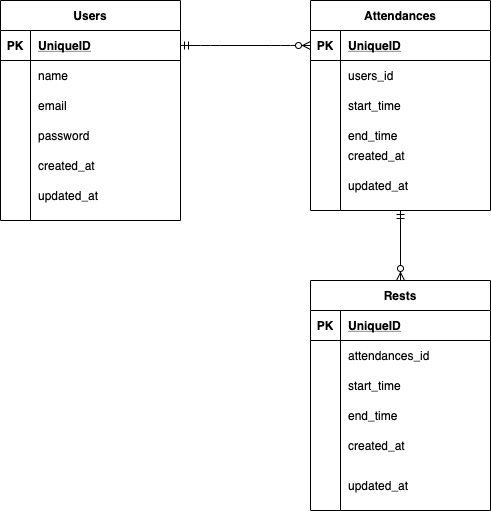
The draw.io diagram ER.drawio.png in makoto-0358/20210918_Advance_Atte, before a commit. Source tidied: cells renumbered, new cells last; positions are measured from the earlier drawing's top-left corner, leaving out a move shared by most shapes.
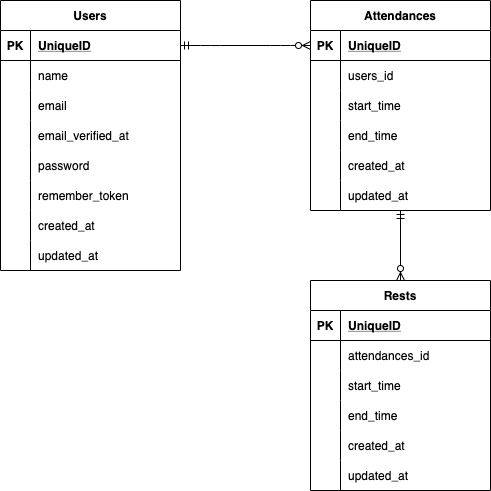
The same file after the commit.

Change to the diagram source:
```diff
@@ -3,7 +3,7 @@
     <mxCell id="0" />
     <mxCell id="1" parent="0" />
     <mxCell id="2" value="Users" style="shape=table;startSize=30;rowLines=0;fontStyle=1;align=center;" parent="1" vertex="1">
-      <mxGeometry width="180" height="220" as="geometry" />
+      <mxGeometry width="180" height="270" as="geometry" />
     </mxCell>
     <mxCell id="3" style="shape=partialRectangle;fillColor=none;top=0;left=0;bottom=1;right=0;points=[[0,0.5],[1,0.5]];portConstraint=eastwest;" parent="2" vertex="1">
       <mxGeometry y="30" width="180" height="30" as="geometry" />
@@ -38,9 +38,45 @@
     <mxCell id="13" style="shape=partialRectangle;fillColor=none;top=0;left=0;bottom=0;right=0;overflow=hidden;" parent="12" vertex="1">
       <mxGeometry width="30" height="30" as="geometry" />
     </mxCell>
-    <mxCell id="14" value="password" style="shape=partialRectangle;fillColor=none;top=0;left=0;bottom=0;right=0;align=left;spacingLeft=6;overflow=hidden;" parent="12" vertex="1">
+    <mxCell id="14" value="email_verified_at" style="shape=partialRectangle;fillColor=none;top=0;left=0;bottom=0;right=0;align=left;spacingLeft=6;overflow=hidden;" parent="12" vertex="1">
       <mxGeometry x="30" width="150" height="30" as="geometry" />
     </mxCell>
+    <mxCell id="59" style="shape=partialRectangle;fillColor=none;top=0;left=0;bottom=0;right=0;" parent="2" vertex="1">
+      <mxGeometry y="150" width="180" height="30" as="geometry" />
+    </mxCell>
+    <mxCell id="60" style="shape=partialRectangle;fillColor=none;top=0;left=0;bottom=0;right=0;overflow=hidden;" parent="59" vertex="1">
+      <mxGeometry width="30" height="30" as="geometry" />
+    </mxCell>
+    <mxCell id="61" value="password" style="shape=partialRectangle;fillColor=none;top=0;left=0;bottom=0;right=0;align=left;spacingLeft=6;overflow=hidden;" parent="59" vertex="1">
+      <mxGeometry x="30" width="150" height="30" as="geometry" />
+    </mxCell>
+    <mxCell id="62" style="shape=partialRectangle;fillColor=none;top=0;left=0;bottom=0;right=0;" parent="2" vertex="1">
+      <mxGeometry y="180" width="180" height="30" as="geometry" />
+    </mxCell>
+    <mxCell id="63" style="shape=partialRectangle;fillColor=none;top=0;left=0;bottom=0;right=0;overflow=hidden;" parent="62" vertex="1">
+      <mxGeometry width="30" height="30" as="geometry" />
+    </mxCell>
+    <mxCell id="64" value="remember_token" style="shape=partialRectangle;fillColor=none;top=0;left=0;bottom=0;right=0;align=left;spacingLeft=6;overflow=hidden;" parent="62" vertex="1">
+      <mxGeometry x="30" width="150" height="30" as="geometry" />
+    </mxCell>
+    <mxCell id="65" style="shape=partialRectangle;fillColor=none;top=0;left=0;bottom=0;right=0;" parent="2" vertex="1">
+      <mxGeometry y="210" width="180" height="30" as="geometry" />
+    </mxCell>
+    <mxCell id="66" style="shape=partialRectangle;fillColor=none;top=0;left=0;bottom=0;right=0;overflow=hidden;" parent="65" vertex="1">
+      <mxGeometry width="30" height="30" as="geometry" />
+    </mxCell>
+    <mxCell id="67" value="created_at" style="shape=partialRectangle;fillColor=none;top=0;left=0;bottom=0;right=0;align=left;spacingLeft=6;overflow=hidden;" parent="65" vertex="1">
+      <mxGeometry x="30" width="150" height="30" as="geometry" />
+    </mxCell>
+    <mxCell id="68" style="shape=partialRectangle;fillColor=none;top=0;left=0;bottom=0;right=0;" parent="2" vertex="1">
+      <mxGeometry y="240" width="180" height="30" as="geometry" />
+    </mxCell>
+    <mxCell id="69" style="shape=partialRectangle;fillColor=none;top=0;left=0;bottom=0;right=0;overflow=hidden;" parent="68" vertex="1">
+      <mxGeometry width="30" height="30" as="geometry" />
+    </mxCell>
+    <mxCell id="70" value="updated_at" style="shape=partialRectangle;fillColor=none;top=0;left=0;bottom=0;right=0;align=left;spacingLeft=6;overflow=hidden;" parent="68" vertex="1">
+      <mxGeometry x="30" width="150" height="30" as="geometry" />
+    </mxCell>
     <mxCell id="15" value="Attendances" style="shape=table;startSize=30;rowLines=0;fontStyle=1;align=center;" parent="1" vertex="1">
       <mxGeometry x="310" width="180" height="210" as="geometry" />
     </mxCell>
@@ -71,14 +107,38 @@
     <mxCell id="24" value="start_time" style="shape=partialRectangle;fillColor=none;top=0;left=0;bottom=0;right=0;align=left;spacingLeft=6;overflow=hidden;" parent="22" vertex="1">
       <mxGeometry x="30" width="150" height="30" as="geometry" />
     </mxCell>
+    <mxCell id="71" style="shape=partialRectangle;fillColor=none;top=0;left=0;bottom=0;right=0;" parent="15" vertex="1">
+      <mxGeometry y="120" width="180" height="30" as="geometry" />
+    </mxCell>
+    <mxCell id="72" style="shape=partialRectangle;fillColor=none;top=0;left=0;bottom=0;right=0;overflow=hidden;" parent="71" vertex="1">
+      <mxGeometry width="30" height="30" as="geometry" />
+    </mxCell>
-    <mxCell id="25" value="end_time" style="shape=partialRectangle;fillColor=none;top=0;left=0;bottom=0;right=0;align=left;spacingLeft=6;overflow=hidden;" parent="1" vertex="1">
-      <mxGeometry x="340" y="120" width="150" height="30" as="geometry" />
+    <mxCell id="25" value="end_time" style="shape=partialRectangle;fillColor=none;top=0;left=0;bottom=0;right=0;align=left;spacingLeft=6;overflow=hidden;" parent="71" vertex="1">
+      <mxGeometry x="30" width="150" height="30" as="geometry" />
     </mxCell>
+    <mxCell id="73" style="shape=partialRectangle;fillColor=none;top=0;left=0;bottom=0;right=0;" parent="15" vertex="1">
+      <mxGeometry y="150" width="180" height="30" as="geometry" />
+    </mxCell>
+    <mxCell id="74" style="shape=partialRectangle;fillColor=none;top=0;left=0;bottom=0;right=0;overflow=hidden;" parent="73" vertex="1">
+      <mxGeometry width="30" height="30" as="geometry" />
+    </mxCell>
+    <mxCell id="75" value="created_at" style="shape=partialRectangle;fillColor=none;top=0;left=0;bottom=0;right=0;align=left;spacingLeft=6;overflow=hidden;" parent="73" vertex="1">
+      <mxGeometry x="30" width="150" height="30" as="geometry" />
+    </mxCell>
+    <mxCell id="76" style="shape=partialRectangle;fillColor=none;top=0;left=0;bottom=0;right=0;" parent="15" vertex="1">
+      <mxGeometry y="180" width="180" height="30" as="geometry" />
+    </mxCell>
+    <mxCell id="77" style="shape=partialRectangle;fillColor=none;top=0;left=0;bottom=0;right=0;overflow=hidden;" parent="76" vertex="1">
+      <mxGeometry width="30" height="30" as="geometry" />
+    </mxCell>
+    <mxCell id="78" value="updated_at" style="shape=partialRectangle;fillColor=none;top=0;left=0;bottom=0;right=0;align=left;spacingLeft=6;overflow=hidden;" parent="76" vertex="1">
+      <mxGeometry x="30" width="150" height="30" as="geometry" />
+    </mxCell>
     <mxCell id="26" style="edgeStyle=entityRelationEdgeStyle;fontSize=12;html=1;endArrow=ERzeroToMany;startArrow=ERmandOne;entryX=0;entryY=0.5;entryDx=0;entryDy=0;exitX=1;exitY=0.5;exitDx=0;exitDy=0;startFill=0;endFill=1;" parent="1" edge="1" source="3" target="16">
       <mxGeometry relative="1" as="geometry" />
     </mxCell>
     <mxCell id="27" value="Rests" style="shape=table;startSize=30;rowLines=0;fontStyle=1;align=center;" parent="1" vertex="1">
-      <mxGeometry x="310" y="280" width="180" height="230" as="geometry" />
+      <mxGeometry x="310" y="280" width="180" height="210" as="geometry" />
     </mxCell>
     <mxCell id="28" style="shape=partialRectangle;fillColor=none;top=0;left=0;bottom=1;right=0;" parent="27" vertex="1">
       <mxGeometry y="30" width="180" height="30" as="geometry" />
@@ -116,62 +176,26 @@
     <mxCell id="39" value="end_time" style="shape=partialRectangle;fillColor=none;top=0;left=0;bottom=0;right=0;align=left;spacingLeft=6;overflow=hidden;" parent="37" vertex="1">
       <mxGeometry x="30" width="150" height="30" as="geometry" />
     </mxCell>
+    <mxCell id="79" style="shape=partialRectangle;fillColor=none;top=0;left=0;bottom=0;right=0;" parent="27" vertex="1">
+      <mxGeometry y="150" width="180" height="30" as="geometry" />
+    </mxCell>
+    <mxCell id="80" style="shape=partialRectangle;fillColor=none;top=0;left=0;bottom=0;right=0;overflow=hidden;" parent="79" vertex="1">
+      <mxGeometry width="30" height="30" as="geometry" />
+    </mxCell>
+    <mxCell id="81" value="created_at" style="shape=partialRectangle;fillColor=none;top=0;left=0;bottom=0;right=0;align=left;spacingLeft=6;overflow=hidden;" parent="79" vertex="1">
+      <mxGeometry x="30" width="150" height="30" as="geometry" />
+    </mxCell>
+    <mxCell id="82" style="shape=partialRectangle;fillColor=none;top=0;left=0;bottom=0;right=0;" parent="27" vertex="1">
+      <mxGeometry y="180" width="180" height="30" as="geometry" />
+    </mxCell>
+    <mxCell id="83" style="shape=partialRectangle;fillColor=none;top=0;left=0;bottom=0;right=0;overflow=hidden;" parent="82" vertex="1">
+      <mxGeometry width="30" height="30" as="geometry" />
+    </mxCell>
+    <mxCell id="84" value="updated_at" style="shape=partialRectangle;fillColor=none;top=0;left=0;bottom=0;right=0;align=left;spacingLeft=6;overflow=hidden;" parent="82" vertex="1">
+      <mxGeometry x="30" width="150" height="30" as="geometry" />
+    </mxCell>
     <mxCell id="40" style="fontSize=12;html=1;endArrow=ERzeroToMany;startArrow=ERmandOne;entryX=0.5;entryY=0;entryDx=0;entryDy=0;exitX=0.5;exitY=1;exitDx=0;exitDy=0;" parent="1" edge="1" source="15" target="27">
       <mxGeometry relative="1" as="geometry" />
     </mxCell>
-    <mxCell id="41" style="shape=partialRectangle;fillColor=none;top=0;left=0;bottom=0;right=0;" parent="1" vertex="1">
-      <mxGeometry y="150" width="180" height="30" as="geometry" />
-    </mxCell>
-    <mxCell id="42" style="shape=partialRectangle;fillColor=none;top=0;left=0;bottom=0;right=0;overflow=hidden;" parent="41" vertex="1">
-      <mxGeometry width="30" height="30" as="geometry" />
-    </mxCell>
-    <mxCell id="43" value="created_at" style="shape=partialRectangle;fillColor=none;top=0;left=0;bottom=0;right=0;align=left;spacingLeft=6;overflow=hidden;" parent="41" vertex="1">
-      <mxGeometry x="30" width="150" height="30" as="geometry" />
-    </mxCell>
-    <mxCell id="44" style="shape=partialRectangle;fillColor=none;top=0;left=0;bottom=0;right=0;" parent="1" vertex="1">
-      <mxGeometry y="180" width="180" height="30" as="geometry" />
-    </mxCell>
-    <mxCell id="45" style="shape=partialRectangle;fillColor=none;top=0;left=0;bottom=0;right=0;overflow=hidden;" parent="44" vertex="1">
-      <mxGeometry width="30" height="30" as="geometry" />
-    </mxCell>
-    <mxCell id="46" value="updated_at" style="shape=partialRectangle;fillColor=none;top=0;left=0;bottom=0;right=0;align=left;spacingLeft=6;overflow=hidden;" parent="44" vertex="1">
-      <mxGeometry x="30" width="150" height="30" as="geometry" />
-    </mxCell>
-    <mxCell id="47" style="shape=partialRectangle;fillColor=none;top=0;left=0;bottom=0;right=0;" parent="1" vertex="1">
-      <mxGeometry x="310" y="140" width="180" height="30" as="geometry" />
-    </mxCell>
-    <mxCell id="48" style="shape=partialRectangle;fillColor=none;top=0;left=0;bottom=0;right=0;overflow=hidden;" parent="47" vertex="1">
-      <mxGeometry width="30" height="30" as="geometry" />
-    </mxCell>
-    <mxCell id="49" value="created_at" style="shape=partialRectangle;fillColor=none;top=0;left=0;bottom=0;right=0;align=left;spacingLeft=6;overflow=hidden;" parent="47" vertex="1">
-      <mxGeometry x="30" width="150" height="30" as="geometry" />
-    </mxCell>
-    <mxCell id="50" style="shape=partialRectangle;fillColor=none;top=0;left=0;bottom=0;right=0;" parent="1" vertex="1">
-      <mxGeometry x="310" y="170" width="180" height="30" as="geometry" />
-    </mxCell>
-    <mxCell id="51" style="shape=partialRectangle;fillColor=none;top=0;left=0;bottom=0;right=0;overflow=hidden;" parent="50" vertex="1">
-      <mxGeometry width="30" height="30" as="geometry" />
-    </mxCell>
-    <mxCell id="52" value="updated_at" style="shape=partialRectangle;fillColor=none;top=0;left=0;bottom=0;right=0;align=left;spacingLeft=6;overflow=hidden;" parent="50" vertex="1">
-      <mxGeometry x="30" width="150" height="30" as="geometry" />
-    </mxCell>
-    <mxCell id="53" style="shape=partialRectangle;fillColor=none;top=0;left=0;bottom=0;right=0;" parent="1" vertex="1">
-      <mxGeometry x="310" y="430" width="180" height="30" as="geometry" />
-    </mxCell>
-    <mxCell id="54" style="shape=partialRectangle;fillColor=none;top=0;left=0;bottom=0;right=0;overflow=hidden;" parent="53" vertex="1">
-      <mxGeometry width="30" height="30" as="geometry" />
-    </mxCell>
-    <mxCell id="55" value="created_at" style="shape=partialRectangle;fillColor=none;top=0;left=0;bottom=0;right=0;align=left;spacingLeft=6;overflow=hidden;" parent="53" vertex="1">
-      <mxGeometry x="30" width="150" height="30" as="geometry" />
-    </mxCell>
-    <mxCell id="56" style="shape=partialRectangle;fillColor=none;top=0;left=0;bottom=0;right=0;" parent="1" vertex="1">
-      <mxGeometry x="310" y="470" width="180" height="30" as="geometry" />
-    </mxCell>
-    <mxCell id="57" style="shape=partialRectangle;fillColor=none;top=0;left=0;bottom=0;right=0;overflow=hidden;" parent="56" vertex="1">
-      <mxGeometry width="30" height="30" as="geometry" />
-    </mxCell>
-    <mxCell id="58" value="updated_at" style="shape=partialRectangle;fillColor=none;top=0;left=0;bottom=0;right=0;align=left;spacingLeft=6;overflow=hidden;" parent="56" vertex="1">
-      <mxGeometry x="30" width="150" height="30" as="geometry" />
-    </mxCell>
   </root>
 </mxGraphModel>
```
